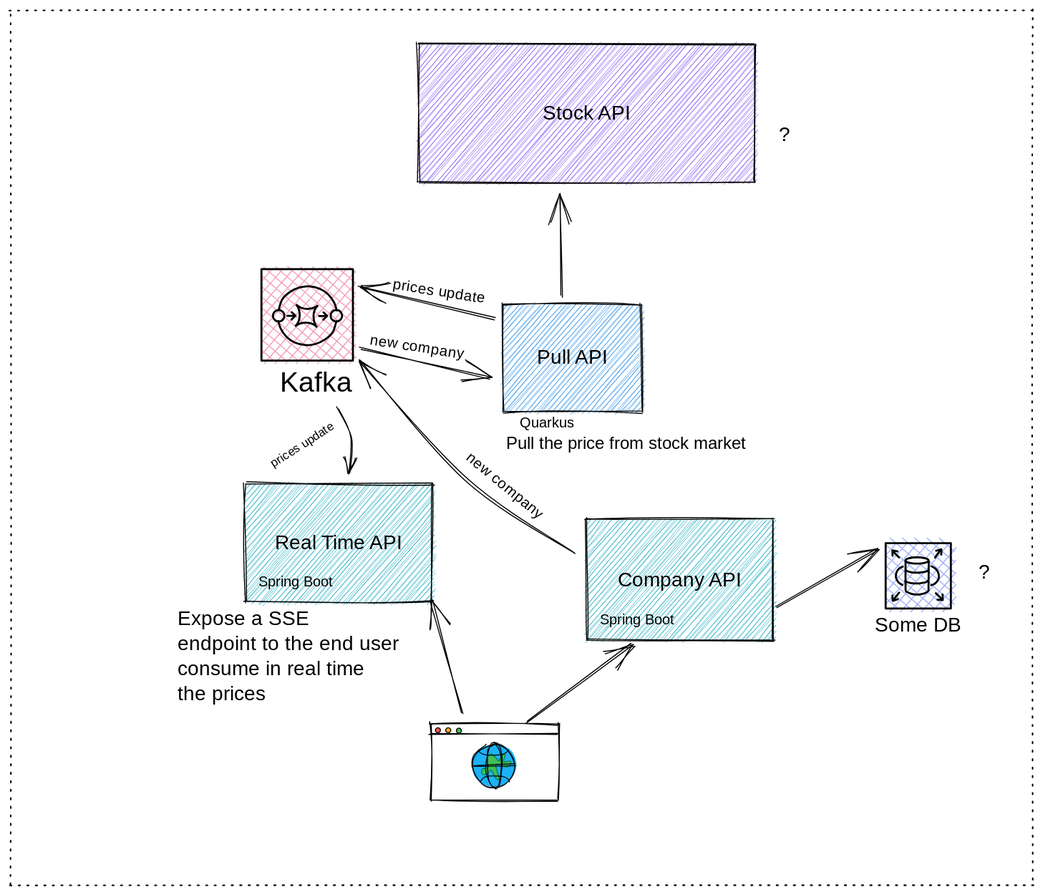
The Excalidraw diagram docs/idea.excalidraw.svg in jonasalessi/stock-prices-monitor, before a commit. Source tidied: one line per element, renumbered; positions are measured from the earlier drawing's top-left corner, leaving out a move shared by most shapes.
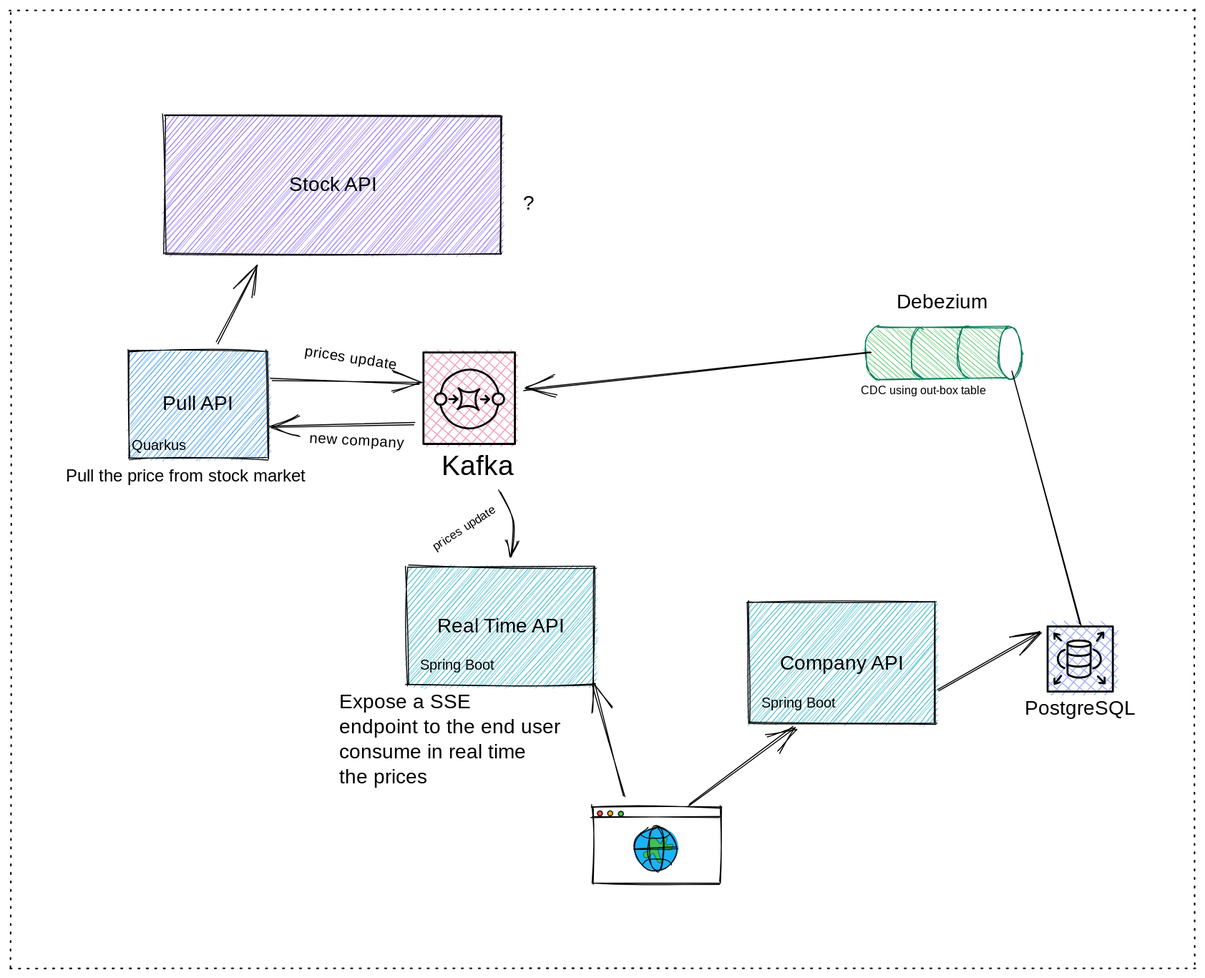
The same diagram one commit later.

Diff of the diagram source:
```diff
@@ -1,7 +1,7 @@
-{"id": 0, "type": "rectangle", "strokeColor": "#000000", "backgroundColor": "#7950f2", "fillStyle": "hachure", "strokeWidth": 1, "roughness": 1, "x": 408, "y": 34, "width": 336, "height": 138}
+{"id": 0, "type": "rectangle", "strokeColor": "#000000", "backgroundColor": "#7950f2", "fillStyle": "hachure", "strokeWidth": 1, "roughness": 1, "x": -7, "y": 22, "width": 336, "height": 138}
-{"id": 1, "type": "rectangle", "strokeColor": "#000000", "backgroundColor": "#228be6", "fillStyle": "hachure", "strokeWidth": 1, "roughness": 1, "x": 492, "y": 294, "width": 139, "height": 107}
+{"id": 1, "type": "rectangle", "strokeColor": "#000000", "backgroundColor": "#228be6", "fillStyle": "hachure", "strokeWidth": 1, "roughness": 1, "x": -44, "y": 257, "width": 139, "height": 107}
-{"id": 2, "type": "text", "text": "Pull API", "strokeColor": "#000000", "strokeWidth": 1, "roughness": 1, "fontSize": 20, "fontFamily": 1, "textAlign": "center", "verticalAlign": "middle", "inside": 1, "x": 496, "y": 334, "width": 129, "height": 27}
+{"id": 2, "type": "text", "text": "Pull API", "strokeColor": "#000000", "strokeWidth": 1, "roughness": 1, "fontSize": 20, "fontFamily": 1, "textAlign": "center", "verticalAlign": "middle", "inside": 1, "x": -38, "y": 297, "width": 129, "height": 27}
-{"id": 3, "type": "text", "text": "Some DB", "strokeColor": "#000000", "strokeWidth": 1, "roughness": 1, "fontSize": 20, "fontFamily": 1, "textAlign": "center", "x": 862, "y": 602, "width": 88, "height": 25}
+{"id": 3, "type": "text", "text": "PostgreSQL", "strokeColor": "#000000", "strokeWidth": 1, "roughness": 1, "fontSize": 20, "fontFamily": 1, "textAlign": "center", "x": 849, "y": 602, "width": 115, "height": 25}
 {"id": 4, "type": "rectangle", "strokeColor": "#000000", "backgroundColor": "#4c6ef588", "fillStyle": "cross-hatch", "strokeWidth": 2, "roughness": 0, "x": 874, "y": 532, "width": 65, "height": 65}
 {"id": 5, "type": "line", "strokeColor": "#000000", "angle": 6.07, "backgroundColor": "#fd7e14", "fillStyle": "cross-hatch", "strokeWidth": 2, "roughness": 0, "endArrowhead": "arrow", "x": 925, "y": 581, "width": 5, "height": 7, "points": [[0, 0], [5, 7]]}
 {"id": 6, "type": "line", "strokeColor": "#000000", "angle": 0.03, "backgroundColor": "#fd7e14", "fillStyle": "cross-hatch", "strokeWidth": 2, "roughness": 0, "endArrowhead": "arrow", "x": 928, "y": 539, "width": 5, "height": 7, "points": [[0, 0], [-5, 7]]}
@@ -17,7 +17,7 @@
 {"id": 16, "type": "line", "strokeColor": "#000000", "strokeWidth": 2, "roughness": 0, "x": 893, "y": 570, "width": 23, "height": 3, "points": [[0, 0], [1, 1], [2, 2], [4, 2], [8, 3], [12, 3], [15, 2], [18, 2], [21, 1], [22, 1], [23, 0]]}
 {"id": 17, "type": "arrow", "strokeColor": "#000000", "angle": 6.03, "backgroundColor": "#fd7e14", "fillStyle": "cross-hatch", "strokeWidth": 2, "roughness": 0, "from": 14, "x": 893, "y": 556, "width": 9, "height": 18, "points": [[0, 0], [-3, 1], [-6, 2], [-8, 4], [-9, 7], [-9, 10], [-9, 13], [-7, 16], [-5, 18]]}
 {"id": 18, "type": "arrow", "strokeColor": "#000000", "angle": 0.31, "backgroundColor": "#fd7e14", "fillStyle": "cross-hatch", "strokeWidth": 2, "roughness": 0, "from": 14, "x": 917, "y": 556, "width": 11, "height": 18, "points": [[0, 0], [4, 1], [7, 2], [9, 4], [10, 7], [11, 10], [10, 13], [8, 16], [6, 18]]}
-{"id": 19, "type": "arrow", "strokeColor": "#000000", "strokeWidth": 1, "roughness": 1, "endArrowhead": "arrow", "from": 1, "to": 0, "x": 551, "y": 286, "width": 3, "height": 102, "points": [[0, 0], [-3, -102]]}
+{"id": 19, "type": "arrow", "strokeColor": "#000000", "strokeWidth": 1, "roughness": 1, "endArrowhead": "arrow", "from": 1, "to": 0, "x": 45, "y": 249, "width": 39, "height": 77, "points": [[0, 0], [39, -77]]}
 {"id": 20, "type": "arrow", "strokeColor": "#000000", "strokeWidth": 1, "roughness": 1, "endArrowhead": "arrow", "from": 56, "to": 4, "x": 764, "y": 597, "width": 102, "height": 58, "points": [[0, 0], [102, -58]]}
 {"id": 21, "type": "rectangle", "strokeColor": "#000000", "backgroundColor": "#15aabf", "fillStyle": "hachure", "strokeWidth": 1, "roughness": 1, "x": 234, "y": 473, "width": 187, "height": 118}
 {"id": 22, "type": "text", "text": "Real Time API", "strokeColor": "#000000", "strokeWidth": 1, "roughness": 1, "fontSize": 20, "fontFamily": 1, "textAlign": "center", "verticalAlign": "middle", "inside": 21, "x": 240, "y": 519, "width": 177, "height": 27}
@@ -33,7 +33,7 @@
 {"id": 32, "type": "line", "strokeColor": "#000000", "strokeWidth": 2, "roughness": 0, "x": 268, "y": 299, "width": 58, "height": 24, "points": [[0, 0], [4, -11], [12, -18], [21, -23], [31, -24], [42, -21], [50, -16], [56, -7], [58, 0]]}
 {"id": 33, "type": "line", "strokeColor": "#000000", "angle": 3.14, "strokeWidth": 2, "roughness": 0, "x": 268, "y": 334, "width": 58, "height": 24, "points": [[0, 0], [4, -11], [12, -18], [21, -23], [31, -24], [42, -21], [50, -16], [56, -7], [58, 0]]}
 {"id": 34, "type": "text", "text": "Kafka", "strokeColor": "#000000", "strokeWidth": 1, "roughness": 1, "fontSize": 28.05, "fontFamily": 1, "x": 269, "y": 356, "width": 83, "height": 35}
-{"id": 35, "type": "arrow", "strokeColor": "#000000", "strokeWidth": 1, "roughness": 1, "endArrowhead": "arrow", "from": 1, "to": 23, "x": 484, "y": 307, "width": 135, "height": 31, "points": [[0, 0], [-135, -31]]}
+{"id": 35, "type": "arrow", "strokeColor": "#000000", "strokeWidth": 1, "roughness": 1, "endArrowhead": "arrow", "from": 23, "to": 1, "x": 241, "y": 329, "width": 144, "height": 4, "points": [[0, 0], [-144, 4]]}
 {"id": 36, "type": "arrow", "strokeColor": "#000000", "strokeWidth": 1, "roughness": 1, "endArrowhead": "arrow", "from": 34, "to": 21, "x": 326, "y": 397, "width": 15, "height": 65, "points": [[0, 0], [15, 30], [13, 65]]}
 {"id": 37, "type": "rectangle", "strokeColor": "#000000", "strokeWidth": 1, "roughness": 1, "x": 420, "y": 712, "width": 128, "height": 77}
 {"id": 38, "type": "line", "strokeColor": "#000000", "strokeWidth": 1, "roughness": 1, "x": 419, "y": 723, "width": 129, "height": 0, "points": [[0, 0], [129, 0]]}
@@ -46,22 +46,27 @@
 {"id": 45, "type": "line", "strokeColor": "#000000", "backgroundColor": "#99bcff", "fillStyle": "solid", "strokeWidth": 1, "roughness": 0, "opacity": 90, "x": 468, "y": 738, "width": 29, "height": 6, "points": [[0, 0], [1, 2], [4, 4], [9, 5], [15, 5], [24, 5], [28, 2], [29, 0]]}
 {"id": 46, "type": "ellipse", "strokeColor": "#000000", "strokeWidth": 1, "roughness": 1, "opacity": 90, "x": 476, "y": 731, "width": 16, "height": 45}
 {"id": 47, "type": "line", "strokeColor": "#000000", "backgroundColor": "#99bcff", "fillStyle": "solid", "strokeWidth": 1, "roughness": 0, "opacity": 90, "x": 469, "y": 770, "width": 29, "height": 6, "points": [[0, 0], [4, -4], [9, -6], [15, -6], [24, -5], [28, -2], [29, 0]]}
-{"id": 48, "type": "text", "text": "Stock API", "strokeColor": "#000000", "strokeWidth": 1, "roughness": 1, "fontSize": 20, "fontFamily": 1, "textAlign": "center", "verticalAlign": "middle", "inside": 0, "x": 412, "y": 90, "width": 326, "height": 27}
+{"id": 48, "type": "text", "text": "Stock API", "strokeColor": "#000000", "strokeWidth": 1, "roughness": 1, "fontSize": 20, "fontFamily": 1, "textAlign": "center", "verticalAlign": "middle", "inside": 0, "x": -2, "y": 78, "width": 326, "height": 27}
-{"id": 49, "type": "text", "text": "Pull the price from stock market", "strokeColor": "#000000", "backgroundColor": "#15aabf", "fillStyle": "hachure", "strokeWidth": 1, "roughness": 1, "fontSize": 17.09, "fontFamily": 1, "x": 495, "y": 423, "width": 277, "height": 21}
+{"id": 49, "type": "text", "text": "Pull the price from stock market", "strokeColor": "#000000", "backgroundColor": "#15aabf", "fillStyle": "hachure", "strokeWidth": 1, "roughness": 1, "fontSize": 17.09, "fontFamily": 1, "x": -106, "y": 372, "width": 277, "height": 21}
-{"id": 50, "type": "text", "text": "?", "strokeColor": "#000000", "backgroundColor": "#15aabf", "fillStyle": "hachure", "strokeWidth": 1, "roughness": 1, "fontSize": 20, "fontFamily": 1, "x": 967, "y": 549, "width": 10, "height": 25}
 {"id": 51, "type": "text", "text": "Expose a SSE \nendpoint to the end user \nconsume in real time \nthe prices", "strokeColor": "#000000", "backgroundColor": "#15aabf", "fillStyle": "hachure", "strokeWidth": 1, "roughness": 1, "fontSize": 20, "fontFamily": 1, "x": 167, "y": 596, "width": 256, "height": 100}
-{"id": 52, "type": "text", "text": "?", "strokeColor": "#000000", "backgroundColor": "#15aabf", "fillStyle": "hachure", "strokeWidth": 1, "roughness": 1, "fontSize": 20, "fontFamily": 1, "x": 767, "y": 113, "width": 10, "height": 25}
+{"id": 52, "type": "text", "text": "?", "strokeColor": "#000000", "backgroundColor": "#15aabf", "fillStyle": "hachure", "strokeWidth": 1, "roughness": 1, "fontSize": 20, "fontFamily": 1, "x": 350, "y": 98, "width": 10, "height": 25}
-{"id": 53, "type": "text", "text": "Quarkus", "strokeColor": "#000000", "backgroundColor": "#15aabf", "fillStyle": "hachure", "strokeWidth": 1, "roughness": 1, "fontSize": 14.2, "fontFamily": 1, "x": 509, "y": 404, "width": 57, "height": 18}
+{"id": 53, "type": "text", "text": "Quarkus", "strokeColor": "#000000", "backgroundColor": "#15aabf", "fillStyle": "hachure", "strokeWidth": 1, "roughness": 1, "fontSize": 14.2, "fontFamily": 1, "x": -40, "y": 343, "width": 57, "height": 18}
 {"id": 54, "type": "text", "text": "Spring Boot", "strokeColor": "#000000", "backgroundColor": "#15aabf", "fillStyle": "hachure", "strokeWidth": 1, "roughness": 1, "fontSize": 14.2, "fontFamily": 1, "x": 248, "y": 562, "width": 81, "height": 18}
-{"id": 55, "type": "rectangle", "strokeColor": "#000000", "strokeWidth": 1, "strokeStyle": "dotted", "roughness": 1, "x": 0, "y": 0, "width": 1021, "height": 873}
+{"id": 55, "type": "rectangle", "strokeColor": "#000000", "strokeWidth": 1, "strokeStyle": "dotted", "roughness": 1, "x": -162, "y": -83, "width": 1183, "height": 956}
 {"id": 56, "type": "rectangle", "strokeColor": "#000000", "backgroundColor": "#15aabf", "fillStyle": "hachure", "strokeWidth": 1, "roughness": 1, "x": 575, "y": 508, "width": 187, "height": 121}
 {"id": 57, "type": "text", "text": "Company API", "strokeColor": "#000000", "backgroundColor": "#228be6", "fillStyle": "hachure", "strokeWidth": 1, "roughness": 1, "fontSize": 20, "fontFamily": 1, "textAlign": "center", "verticalAlign": "middle", "inside": 56, "x": 580, "y": 556, "width": 177, "height": 27}
-{"id": 58, "type": "arrow", "strokeColor": "#000000", "backgroundColor": "#228be6", "fillStyle": "hachure", "strokeWidth": 1, "roughness": 1, "endArrowhead": "arrow", "from": 56, "to": 23, "x": 563, "y": 542, "width": 214, "height": 193, "points": [[0, 0], [-107, -72], [-214, -193]]}
 {"id": 59, "type": "arrow", "strokeColor": "#000000", "backgroundColor": "#228be6", "fillStyle": "hachure", "strokeWidth": 1, "roughness": 1, "endArrowhead": "arrow", "from": 37, "to": 56, "x": 516, "y": 710, "width": 105, "height": 78, "points": [[0, 0], [105, -78]]}
 {"id": 60, "type": "arrow", "strokeColor": "#000000", "backgroundColor": "#228be6", "fillStyle": "hachure", "strokeWidth": 1, "roughness": 1, "endArrowhead": "arrow", "from": 41, "to": 51, "x": 452, "y": 702, "width": 32, "height": 112, "points": [[0, 0], [-32, -112]]}
 {"id": 61, "type": "text", "text": "Spring Boot", "strokeColor": "#000000", "backgroundColor": "#15aabf", "fillStyle": "hachure", "strokeWidth": 1, "roughness": 1, "fontSize": 14.2, "fontFamily": 1, "x": 588, "y": 600, "width": 81, "height": 18}
-{"id": 62, "type": "text", "text": "new company", "strokeColor": "#000000", "angle": 0.69, "strokeWidth": 1, "roughness": 1, "fontSize": 14.66, "fontFamily": 1, "x": 447, "y": 464, "width": 87, "height": 18}
-{"id": 63, "type": "text", "text": "prices update", "strokeColor": "#000000", "angle": 0.15, "strokeWidth": 1, "roughness": 1, "fontSize": 14.66, "fontFamily": 1, "x": 382, "y": 273, "width": 98, "height": 18}
+{"id": 63, "type": "text", "text": "prices update", "strokeColor": "#000000", "angle": 0.15, "strokeWidth": 1, "roughness": 1, "fontSize": 14.66, "fontFamily": 1, "x": 132, "y": 256, "width": 98, "height": 18}
-{"id": 64, "type": "arrow", "strokeColor": "#000000", "strokeWidth": 1, "roughness": 1, "endArrowhead": "arrow", "from": 25, "to": 1, "x": 349, "y": 337, "width": 130, "height": 31, "points": [[0, 0], [130, 31]]}
+{"id": 64, "type": "arrow", "strokeColor": "#000000", "strokeWidth": 1, "roughness": 1, "endArrowhead": "arrow", "from": 1, "to": 23, "x": 99, "y": 285, "width": 148, "height": 5, "points": [[0, 0], [148, 5]]}
-{"id": 65, "type": "text", "text": "new company", "strokeColor": "#000000", "angle": 0.15, "strokeWidth": 1, "roughness": 1, "fontSize": 14.66, "fontFamily": 1, "x": 359, "y": 327, "width": 87, "height": 18}
+{"id": 65, "type": "text", "text": "new company", "strokeColor": "#000000", "angle": 0.06, "strokeWidth": 1, "roughness": 1, "fontSize": 14.66, "fontFamily": 1, "x": 137, "y": 338, "width": 89, "height": 18}
 {"id": 66, "type": "text", "text": "prices update", "strokeColor": "#000000", "angle": 5.71, "strokeWidth": 1, "roughness": 1, "fontSize": 12.0, "fontFamily": 1, "x": 255, "y": 425, "width": 80, "height": 15}
+{"id": 67, "type": "line", "strokeColor": "#087f5b", "angle": 1.57, "backgroundColor": "#40c057", "fillStyle": "hachure", "strokeWidth": 1, "roughness": 1, "x": 743, "y": 194, "width": 52, "height": 155, "points": [[0, 0], [0, 117], [0, 130], [3, 136], [12, 141], [28, 142], [43, 140], [51, 134], [52, 129], [52, 118], [52, 10], [52, 0], [49, -6], [41, -10], [25, -12], [12, -11], [2, -5], [0, 0], [0, 0]]}
+{"id": 68, "type": "line", "strokeColor": "#087f5b", "angle": 1.57, "strokeWidth": 1, "roughness": 1, "x": 719, "y": 253, "width": 51, "height": 13, "points": [[0, 0], [1, 5], [7, 9], [15, 12], [27, 12], [41, 10], [49, 5], [51, -1]]}
+{"id": 69, "type": "line", "strokeColor": "#087f5b", "angle": 1.57, "strokeWidth": 1, "roughness": 1, "x": 764, "y": 254, "width": 51, "height": 10, "points": [[0, 0], [1, 4], [7, 7], [15, 10], [27, 10], [41, 8], [49, 4], [51, 0]]}
+{"id": 70, "type": "ellipse", "strokeColor": "#087f5b", "angle": 1.57, "backgroundColor": "#fff", "fillStyle": "solid", "strokeWidth": 1, "roughness": 1, "x": 811, "y": 248, "width": 51, "height": 23}
+{"id": 71, "type": "text", "text": "Debezium", "strokeColor": "#000000", "strokeWidth": 1, "roughness": 1, "fontSize": 20, "fontFamily": 1, "x": 723, "y": 197, "width": 88, "height": 25}
+{"id": 72, "type": "line", "strokeColor": "#000000", "strokeWidth": 1, "roughness": 1, "x": 907, "y": 531, "width": 69, "height": 252, "points": [[0, 0], [-69, -252]]}
+{"id": 73, "type": "arrow", "strokeColor": "#000000", "strokeWidth": 1, "roughness": 1, "endArrowhead": "arrow", "to": 23, "x": 697, "y": 257, "width": 345, "height": 38, "points": [[0, 0], [-345, 38]]}
+{"id": 74, "type": "text", "text": "CDC using out-box table", "strokeColor": "#000000", "strokeWidth": 1, "roughness": 1, "fontSize": 11.2, "fontFamily": 1, "x": 688, "y": 290, "width": 137, "height": 14}
```
